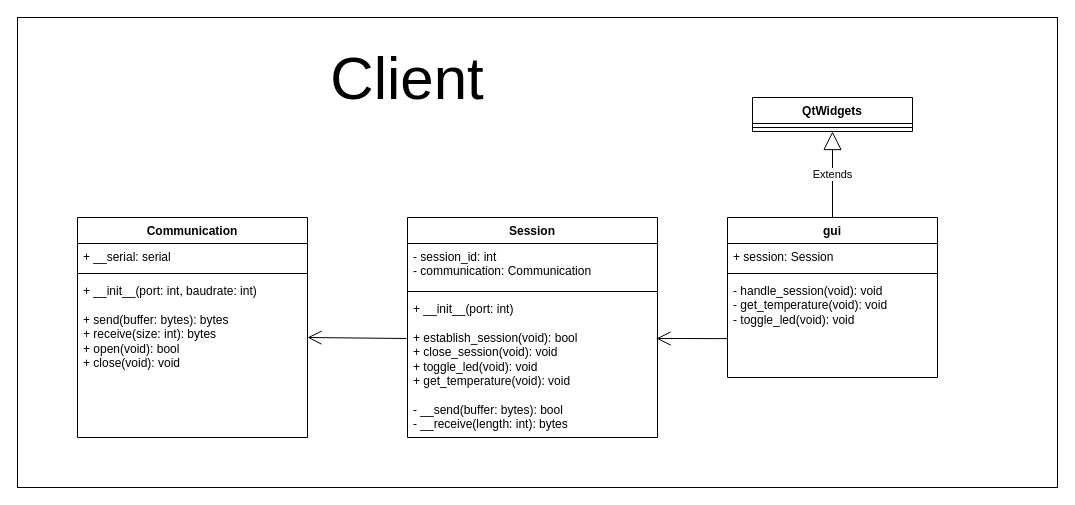
This is Diagram/security.drawio from AlexanderKimfors/Exam_security, a draw.io file, before an edit. Source tidied: cells renumbered, new cells numbered last; positions are measured from the earlier drawing's top-left corner, leaving out a move shared by most shapes. Both pictures are drawn from the tidied source at 100%, with x=0, y=0 at pixel (17, 17).
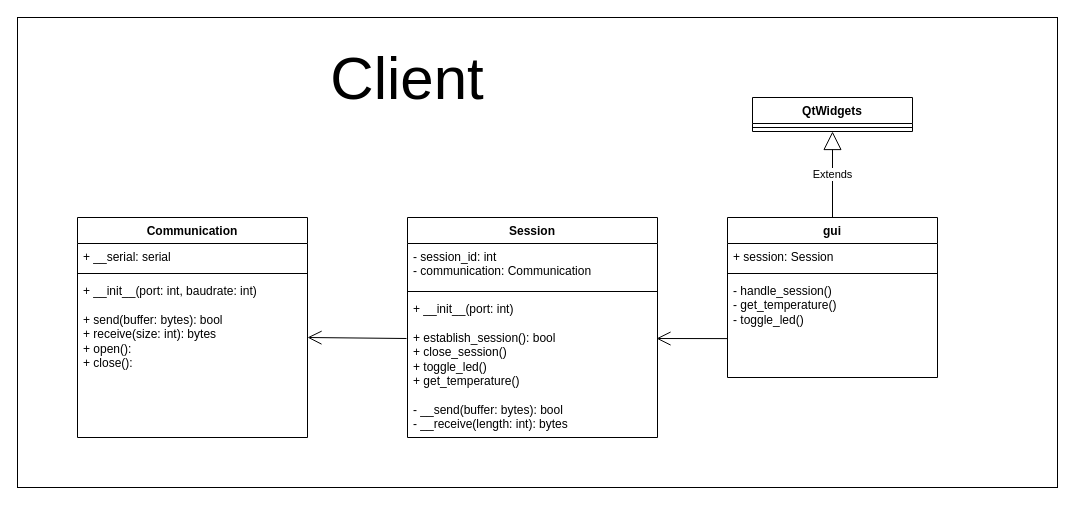
Above is the later version.

Commit message (it also covers changes not shown here):
added session without any security

The change refers to these unchanged cells:
```xml
<mxCell id="3" value="Communication" style="swimlane;fontStyle=1;align=center;verticalAlign=top;horizontal=1;startSize=26;whiteSpace=wrap;html=1;" parent="1" vertex="1">
  <mxGeometry x="60" y="200" width="230" height="220" as="geometry" />
</mxCell>
<mxCell id="7" value="Session" style="swimlane;fontStyle=1;align=center;verticalAlign=top;horizontal=1;startSize=26;whiteSpace=wrap;html=1;" parent="1" vertex="1">
  <mxGeometry x="390" y="200" width="250" height="220" as="geometry" />
</mxCell>
<mxCell id="11" value="gui" style="swimlane;fontStyle=1;align=center;verticalAlign=top;horizontal=1;startSize=26;whiteSpace=wrap;html=1;" parent="1" vertex="1">
  <mxGeometry x="710" y="200" width="210" height="160" as="geometry" />
</mxCell>
```

Diff of the diagram source:
```diff
@@
-    <mxCell id="6" value="&lt;div&gt;+ __init__(port: int, baudrate: int)&lt;/div&gt;&lt;div&gt;&lt;br&gt;&lt;/div&gt;+ send(buffer: bytes): bytes&lt;div&gt;+ receive(size: int): bytes&lt;/div&gt;&lt;div&gt;+ open(void): bool&lt;/div&gt;&lt;div&gt;+ close(void): void&lt;/div&gt;" style="text;strokeColor=none;fillColor=none;align=left;verticalAlign=top;spacingLeft=4;spacingRight=4;overflow=hidden;whiteSpace=wrap;html=1;" parent="3" vertex="1">
+    <mxCell id="6" value="&lt;div&gt;+ __init__(port: int, baudrate: int)&lt;/div&gt;&lt;div&gt;&lt;br&gt;&lt;/div&gt;+ send(buffer: bytes): bool&lt;div&gt;+ receive(size: int): bytes&lt;/div&gt;&lt;div&gt;+ open():&amp;nbsp;&lt;/div&gt;&lt;div&gt;+ close():&lt;/div&gt;" style="text;strokeColor=none;fillColor=none;align=left;verticalAlign=top;spacingLeft=4;spacingRight=4;overflow=hidden;whiteSpace=wrap;html=1;" parent="3" vertex="1">
       <mxGeometry y="60" width="230" height="160" as="geometry" />
     </mxCell>
@@
-    <mxCell id="10" value="&lt;div&gt;+ __init__(port: int)&lt;/div&gt;&lt;div&gt;&lt;br&gt;&lt;/div&gt;+ establish_session(void): bool&lt;div&gt;+ close_session(void): void&lt;/div&gt;&lt;div&gt;+ toggle_led(void): void&lt;/div&gt;&lt;div&gt;+ get_temperature(void): void&lt;/div&gt;&lt;div&gt;&lt;br&gt;&lt;/div&gt;&lt;div&gt;- __send(buffer: bytes): bool&lt;/div&gt;&lt;div&gt;- __receive(length: int): bytes&lt;/div&gt;" style="text;strokeColor=none;fillColor=none;align=left;verticalAlign=top;spacingLeft=4;spacingRight=4;overflow=hidden;points=[[0,0.5],[1,0.5]];portConstraint=eastwest;whiteSpace=wrap;html=1;" parent="7" vertex="1">
+    <mxCell id="10" value="&lt;div&gt;+ __init__(port: int)&lt;/div&gt;&lt;div&gt;&lt;br&gt;&lt;/div&gt;+ establish_session(): bool&lt;div&gt;+ close_session()&lt;/div&gt;&lt;div&gt;+ toggle_led()&lt;/div&gt;&lt;div&gt;+ get_temperature()&lt;/div&gt;&lt;div&gt;&lt;br&gt;&lt;/div&gt;&lt;div&gt;- __send(buffer: bytes): bool&lt;/div&gt;&lt;div&gt;- __receive(length: int): bytes&lt;/div&gt;" style="text;strokeColor=none;fillColor=none;align=left;verticalAlign=top;spacingLeft=4;spacingRight=4;overflow=hidden;points=[[0,0.5],[1,0.5]];portConstraint=eastwest;whiteSpace=wrap;html=1;" parent="7" vertex="1">
       <mxGeometry y="78" width="250" height="142" as="geometry" />
     </mxCell>
@@
-    <mxCell id="14" value="- handle_session(void): void&lt;div&gt;- get_temperature(void): void&lt;/div&gt;&lt;div&gt;- toggle_led(void): void&lt;/div&gt;" style="text;strokeColor=none;fillColor=none;align=left;verticalAlign=top;spacingLeft=4;spacingRight=4;overflow=hidden;points=[[0,0.5],[1,0.5]];portConstraint=eastwest;whiteSpace=wrap;html=1;" parent="11" vertex="1">
+    <mxCell id="14" value="- handle_session()&lt;div&gt;- get_temperature()&lt;/div&gt;&lt;div&gt;- toggle_led()&lt;/div&gt;" style="text;strokeColor=none;fillColor=none;align=left;verticalAlign=top;spacingLeft=4;spacingRight=4;overflow=hidden;points=[[0,0.5],[1,0.5]];portConstraint=eastwest;whiteSpace=wrap;html=1;" parent="11" vertex="1">
       <mxGeometry y="60" width="210" height="100" as="geometry" />
     </mxCell>
```
